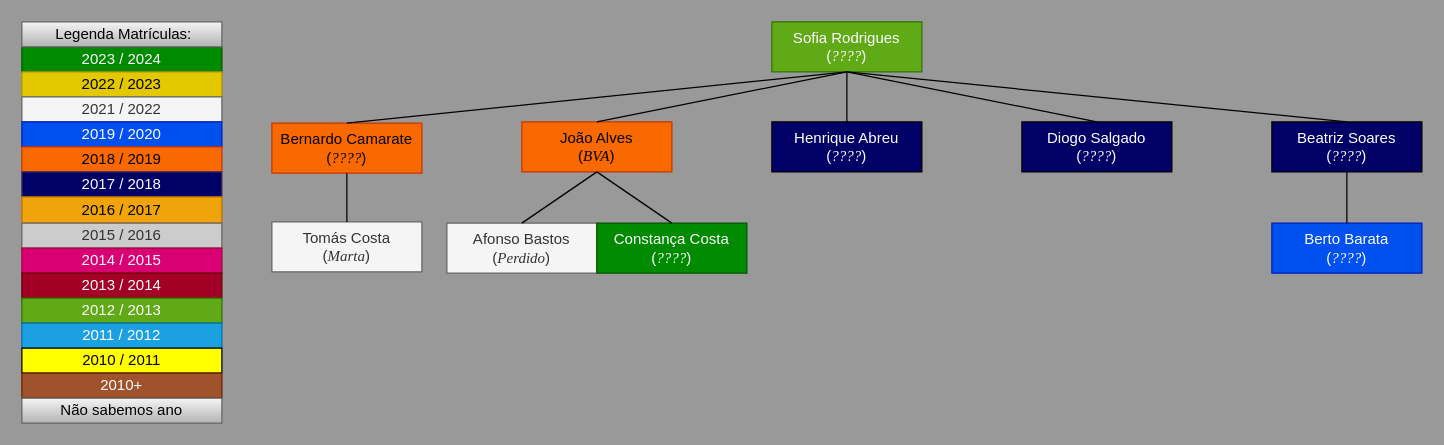
pdmtmr/PDMTMRTESTLOCATION-AKA-ARBUSTO keeps this draw.io diagram as Draw.io/Familia_da_Sofia_Rodrigues.drawio. Above is the earlier version. Source tidied: cells renumbered, new cells numbered last; positions are measured from the earlier drawing's top-left corner, leaving out a move shared by most shapes. Both pictures are drawn from the tidied source at 125%, with x=0, y=0 at pixel (21, 21).
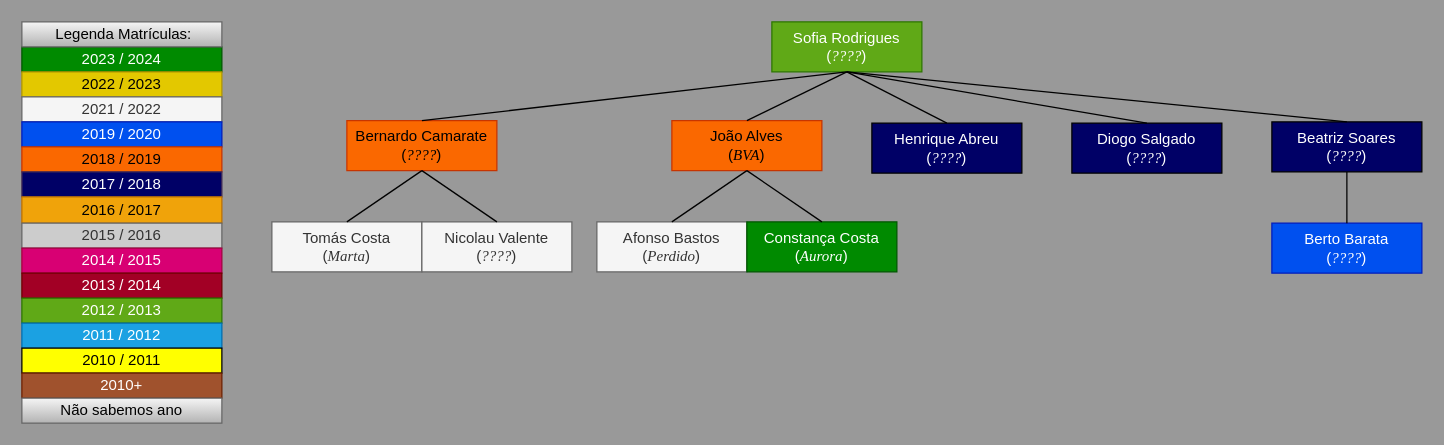
Above is the later version.

What changed in the source:
```diff
@@
     <mxCell id="19" value="&lt;div&gt;&lt;span style=&quot;background-color: initial;&quot;&gt;João Alves&lt;/span&gt;&lt;/div&gt;&lt;div&gt;&lt;span style=&quot;background-color: initial;&quot;&gt;(&lt;font face=&quot;Times New Roman&quot;&gt;&lt;i&gt;BVA&lt;/i&gt;&lt;/font&gt;&lt;/span&gt;&lt;span style=&quot;background-color: initial;&quot;&gt;)&lt;/span&gt;&lt;/div&gt;" style="rounded=0;whiteSpace=wrap;html=1;fillColor=#fa6800;fontColor=#000000;strokeColor=#C73500;" parent="1" vertex="1">
-      <mxGeometry x="400" y="80" width="120" height="40" as="geometry" />
+      <mxGeometry x="520" y="79" width="120" height="40" as="geometry" />
     </mxCell>
     <mxCell id="20" value="&lt;div&gt;&lt;span style=&quot;background-color: initial;&quot;&gt;Afonso Bastos&lt;/span&gt;&lt;/div&gt;&lt;div&gt;&lt;span style=&quot;background-color: initial;&quot;&gt;(&lt;font face=&quot;Times New Roman&quot;&gt;&lt;i&gt;Perdido&lt;/i&gt;&lt;/font&gt;&lt;/span&gt;&lt;span style=&quot;background-color: initial;&quot;&gt;)&lt;/span&gt;&lt;/div&gt;" style="rounded=0;whiteSpace=wrap;html=1;fillColor=#f5f5f5;fontColor=#333333;strokeColor=#666666;" parent="1" vertex="1">
-      <mxGeometry x="340" y="161" width="120" height="40" as="geometry" />
+      <mxGeometry x="460" y="160" width="120" height="40" as="geometry" />
     </mxCell>
@@
     <mxCell id="26" value="&lt;div&gt;&lt;span style=&quot;background-color: initial;&quot;&gt;Henrique Abreu&lt;/span&gt;&lt;/div&gt;&lt;div&gt;&lt;span style=&quot;background-color: initial;&quot;&gt;(&lt;font face=&quot;Times New Roman&quot;&gt;&lt;i&gt;????&lt;/i&gt;&lt;/font&gt;&lt;/span&gt;&lt;span style=&quot;background-color: initial;&quot;&gt;)&lt;/span&gt;&lt;/div&gt;" style="rounded=0;whiteSpace=wrap;html=1;fillColor=#000066;fontColor=#FFFFFF;" parent="1" vertex="1">
-      <mxGeometry x="600" y="80" width="120" height="40" as="geometry" />
+      <mxGeometry x="680" y="81" width="120" height="40" as="geometry" />
     </mxCell>
@@
     <mxCell id="28" value="&lt;div&gt;Diogo Salgado&lt;/div&gt;&lt;div&gt;&lt;span style=&quot;background-color: initial;&quot;&gt;(&lt;font face=&quot;Times New Roman&quot;&gt;&lt;i&gt;????&lt;/i&gt;&lt;/font&gt;&lt;/span&gt;&lt;span style=&quot;background-color: initial;&quot;&gt;)&lt;/span&gt;&lt;/div&gt;" style="rounded=0;whiteSpace=wrap;html=1;fillColor=#000066;fontColor=#FFFFFF;" parent="1" vertex="1">
-      <mxGeometry x="800" y="80" width="120" height="40" as="geometry" />
+      <mxGeometry x="840" y="81" width="120" height="40" as="geometry" />
     </mxCell>
@@
     <mxCell id="31" value="&lt;div&gt;&lt;span style=&quot;background-color: initial;&quot;&gt;Bernardo Camarate&lt;/span&gt;&lt;/div&gt;&lt;div&gt;&lt;span style=&quot;background-color: initial;&quot;&gt;(&lt;font face=&quot;Times New Roman&quot;&gt;&lt;i&gt;????&lt;/i&gt;&lt;/font&gt;&lt;/span&gt;&lt;span style=&quot;background-color: initial;&quot;&gt;)&lt;/span&gt;&lt;/div&gt;" style="rounded=0;whiteSpace=wrap;html=1;fillColor=#fa6800;fontColor=#000000;strokeColor=#C73500;" parent="1" vertex="1">
-      <mxGeometry x="200" y="81" width="120" height="40" as="geometry" />
+      <mxGeometry x="260" y="79" width="120" height="40" as="geometry" />
     </mxCell>
@@
-    <mxCell id="35" value="&lt;div&gt;&lt;span style=&quot;background-color: initial;&quot;&gt;Constança Costa&lt;/span&gt;&lt;/div&gt;&lt;div&gt;&lt;span style=&quot;background-color: initial;&quot;&gt;(&lt;/span&gt;&lt;i style=&quot;background-color: initial;&quot;&gt;&lt;font face=&quot;Times New Roman&quot;&gt;????&lt;/font&gt;&lt;/i&gt;&lt;span style=&quot;background-color: initial;&quot;&gt;)&lt;/span&gt;&lt;/div&gt;" style="rounded=0;whiteSpace=wrap;html=1;fillColor=#008a00;fontColor=#ffffff;strokeColor=#005700;" parent="1" vertex="1">
-      <mxGeometry x="460" y="161" width="120" height="40" as="geometry" />
+    <mxCell id="35" value="&lt;div&gt;&lt;span style=&quot;background-color: initial;&quot;&gt;Constança Costa&lt;/span&gt;&lt;/div&gt;&lt;div&gt;&lt;span style=&quot;background-color: initial;&quot;&gt;(&lt;font face=&quot;Times New Roman&quot;&gt;&lt;i&gt;Aurora&lt;/i&gt;&lt;/font&gt;&lt;/span&gt;&lt;span style=&quot;background-color: initial;&quot;&gt;)&lt;/span&gt;&lt;/div&gt;" style="rounded=0;whiteSpace=wrap;html=1;fillColor=#008a00;fontColor=#ffffff;strokeColor=#005700;" parent="1" vertex="1">
+      <mxGeometry x="580" y="160" width="120" height="40" as="geometry" />
     </mxCell>
@@
+    <mxCell id="37" value="&lt;div&gt;Nicolau Valente&lt;/div&gt;&lt;div&gt;&lt;span style=&quot;background-color: initial;&quot;&gt;(&lt;font face=&quot;Times New Roman&quot;&gt;&lt;i&gt;????&lt;/i&gt;&lt;/font&gt;&lt;/span&gt;&lt;span style=&quot;background-color: initial;&quot;&gt;)&lt;/span&gt;&lt;/div&gt;" style="rounded=0;whiteSpace=wrap;html=1;fillColor=#f5f5f5;fontColor=#333333;strokeColor=#666666;" parent="1" vertex="1">
+      <mxGeometry x="320" y="160" width="120" height="40" as="geometry" />
+    </mxCell>
+    <mxCell id="38" style="endArrow=none;html=1;exitX=0.5;exitY=0;exitDx=0;exitDy=0;entryX=0.5;entryY=1;entryDx=0;entryDy=0;" parent="1" edge="1" source="37" target="31">
+      <mxGeometry relative="1" as="geometry" />
+    </mxCell>
```
